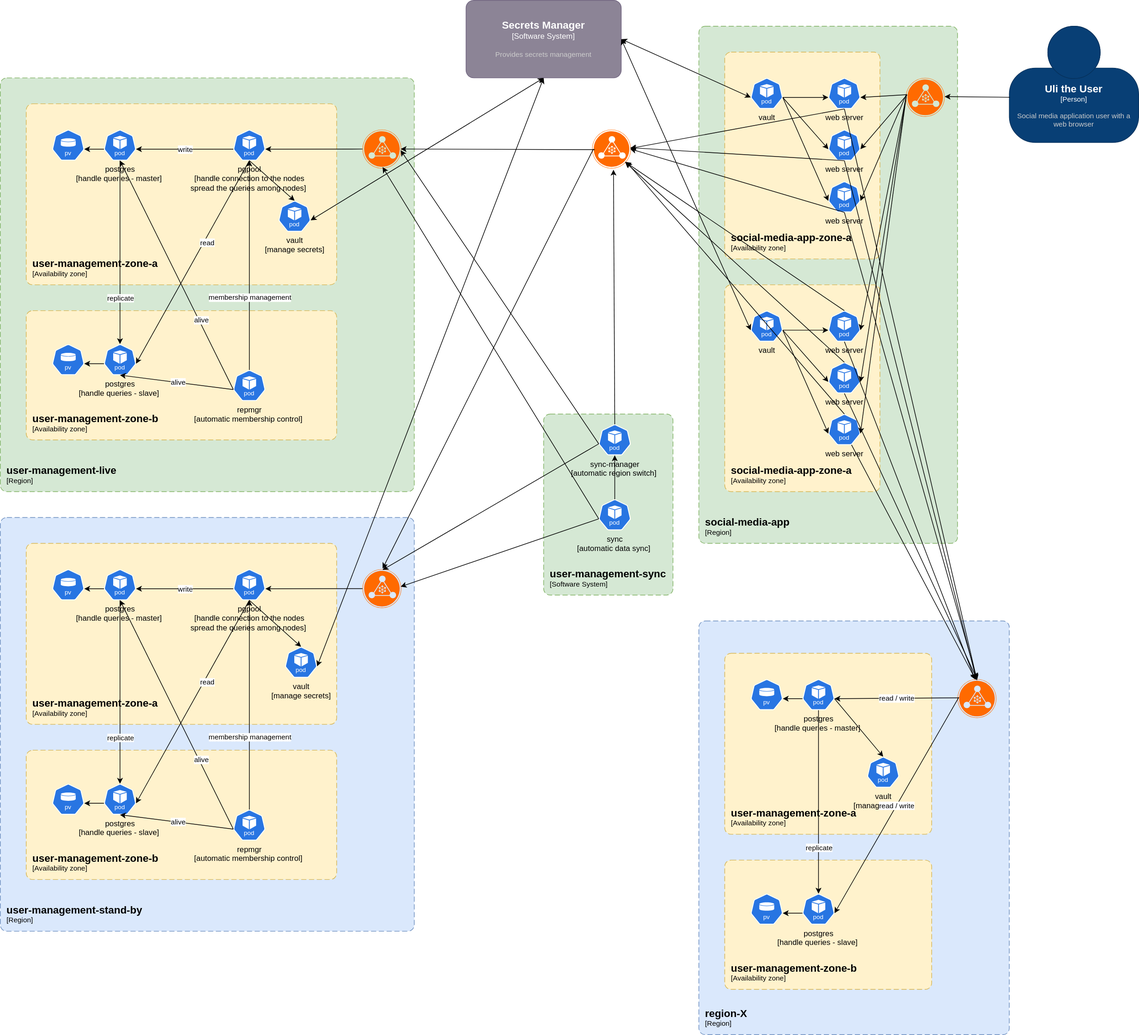
Earlier version of the draw.io export docs/diagrams/deployment-diagram.drawio.svg (andrei-gavrila/DDB). Source tidied: cells renumbered, new cells last; positions are measured from the earlier drawing's top-left corner, leaving out a move shared by most shapes.
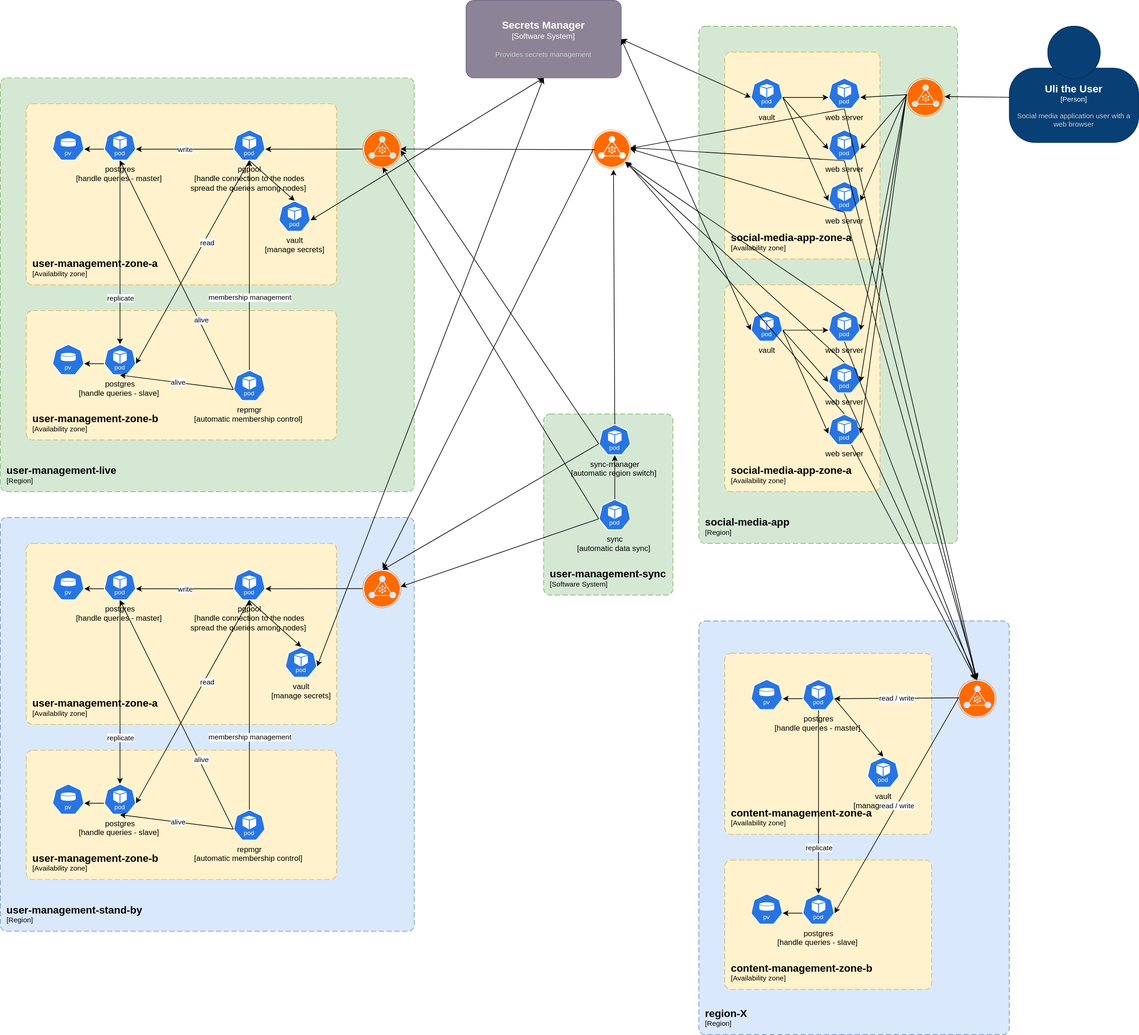
After the change.

Commit message:
chore: update deployment diagram

The edit, as a diff of the source:
```diff
@@ -356,12 +356,12 @@
         <mxGeometry x="1080" y="960" width="480" height="640" as="geometry" />
       </mxCell>
     </object>
-    <object id="106" label="&lt;font style=&quot;font-size: 16px&quot;&gt;&lt;b&gt;&lt;div style=&quot;text-align: left&quot;&gt;%c4Name%&lt;/div&gt;&lt;/b&gt;&lt;/font&gt;&lt;div style=&quot;text-align: left&quot;&gt;[%c4Application%]&lt;/div&gt;" c4Application="Availability zone" c4Name="user-management-zone-b" c4Type="SystemScopeBoundary" placeholders="1">
+    <object id="106" label="&lt;font style=&quot;font-size: 16px&quot;&gt;&lt;b&gt;&lt;div style=&quot;text-align: left&quot;&gt;%c4Name%&lt;/div&gt;&lt;/b&gt;&lt;/font&gt;&lt;div style=&quot;text-align: left&quot;&gt;[%c4Application%]&lt;/div&gt;" c4Application="Availability zone" c4Name="content-management-zone-b" c4Type="SystemScopeBoundary" placeholders="1">
       <mxCell style="rounded=1;fontSize=11;whiteSpace=wrap;html=1;dashed=1;arcSize=20;fillColor=#fff2cc;strokeColor=#d6b656;labelBackgroundColor=none;align=left;verticalAlign=bottom;labelBorderColor=none;spacingTop=0;spacing=10;dashPattern=8 4;perimeter=rectanglePerimeter;noLabel=0;labelPadding=0;absoluteArcSize=1;" parent="1" vertex="1">
         <mxGeometry x="1120" y="1330" width="320" height="200" as="geometry" />
       </mxCell>
     </object>
-    <object id="107" label="&lt;font style=&quot;font-size: 16px&quot;&gt;&lt;b&gt;&lt;div style=&quot;text-align: left&quot;&gt;%c4Name%&lt;/div&gt;&lt;/b&gt;&lt;/font&gt;&lt;div style=&quot;text-align: left&quot;&gt;[%c4Application%]&lt;/div&gt;" c4Application="Availability zone" c4Name="user-management-zone-a" c4Type="SystemScopeBoundary" placeholders="1">
+    <object id="107" label="&lt;font style=&quot;font-size: 16px&quot;&gt;&lt;b&gt;&lt;div style=&quot;text-align: left&quot;&gt;%c4Name%&lt;/div&gt;&lt;/b&gt;&lt;/font&gt;&lt;div style=&quot;text-align: left&quot;&gt;[%c4Application%]&lt;/div&gt;" c4Application="Availability zone" c4Name="content-management-zone-a" c4Type="SystemScopeBoundary" placeholders="1">
       <mxCell style="rounded=1;fontSize=11;whiteSpace=wrap;html=1;dashed=1;arcSize=20;fillColor=#fff2cc;strokeColor=#d6b656;labelBackgroundColor=none;align=left;verticalAlign=bottom;labelBorderColor=none;spacingTop=0;spacing=10;dashPattern=8 4;perimeter=rectanglePerimeter;noLabel=0;labelPadding=0;absoluteArcSize=1;" parent="1" vertex="1">
         <mxGeometry x="1120" y="1010" width="320" height="280" as="geometry" />
       </mxCell>
```
